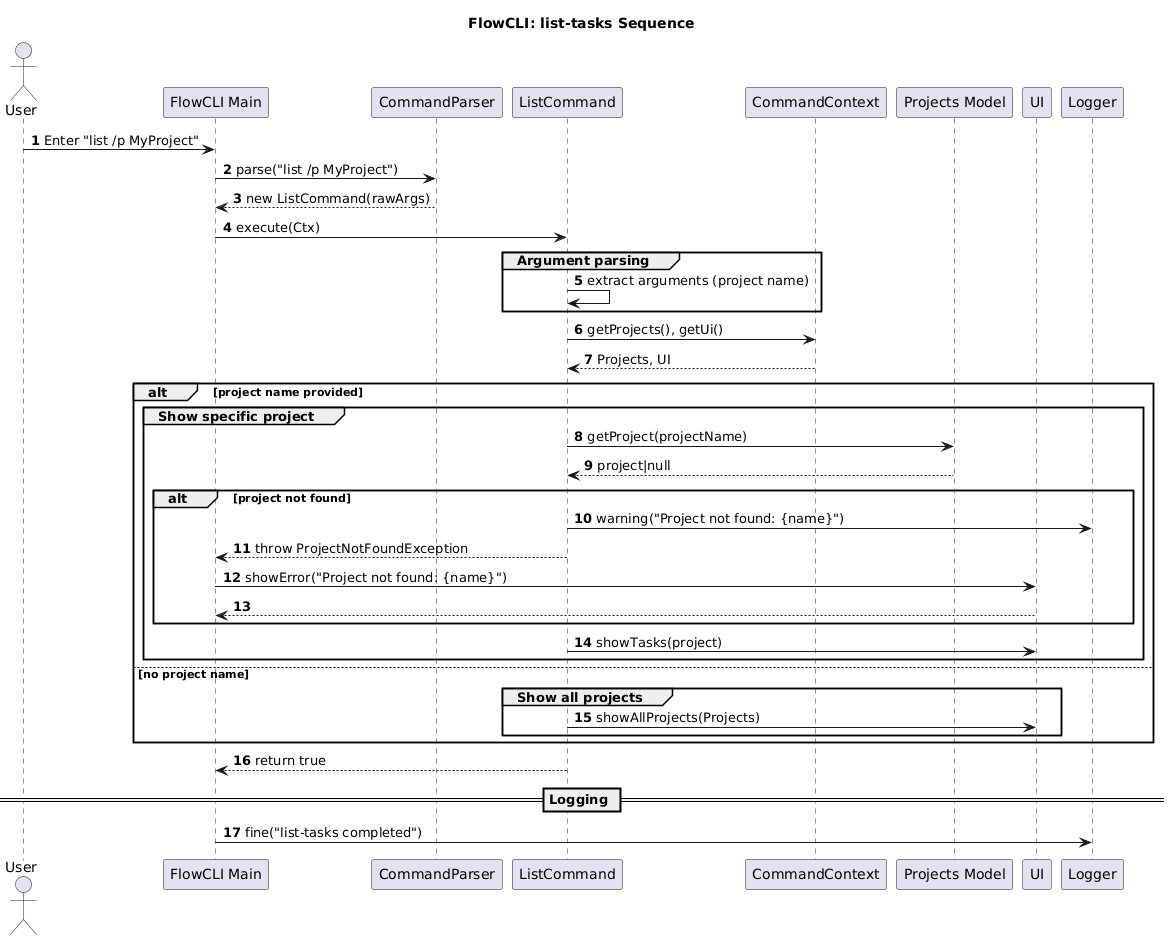
Above: docs/plantUML/task-management/list-task-seq-diag.png in sean6369/tp (PlantUML), before the change.
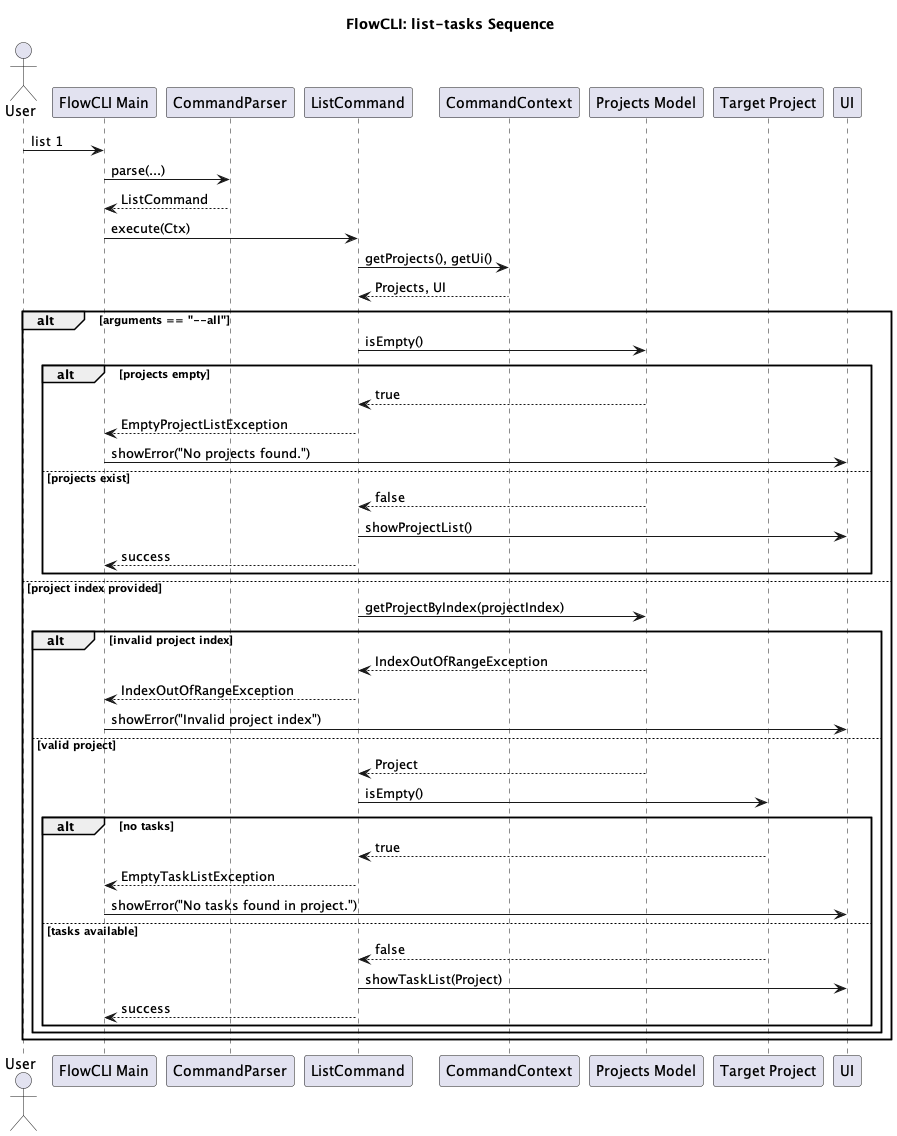
After the change.

Commit message:
update task mgmt plantUML diagrams

Diff of the diagram source:
```diff
@@ -1,6 +1,5 @@
-@startuml
+@startuml ListTasksSequenceDiagram
 title FlowCLI: list-tasks Sequence
-autonumber
 
 actor User
 participant "FlowCLI Main" as CLI
@@ -8,41 +7,50 @@
 participant "ListCommand" as ListCmd
 participant "CommandContext" as Ctx
 participant "Projects Model" as Projects
+participant "Target Project" as Project
 participant "UI" as UI
-participant "Logger" as Log
 
-User -> CLI: Enter "list /p MyProject"
-CLI -> Parser: parse("list /p MyProject")
-Parser --> CLI: new ListCommand(rawArgs)
+User -> CLI: list 1
+CLI -> Parser: parse(...)
+Parser --> CLI: ListCommand
 
 CLI -> ListCmd: execute(Ctx)
-
-group Argument parsing
-  ListCmd -> ListCmd: extract arguments (project name)
-end
 
 ListCmd -> Ctx: getProjects(), getUi()
 Ctx --> ListCmd: Projects, UI
 
-alt project name provided
-  group Show specific project
-    ListCmd -> Projects: getProject(projectName)
-    Projects --> ListCmd: project|null
-    alt project not found
-      ListCmd -> Log: warning("Project not found: {name}")
-      ListCmd --> CLI: throw ProjectNotFoundException
-      CLI -> UI: showError("Project not found: {name}")
-      return
+alt arguments == "--all"
+    ListCmd -> Projects: isEmpty()
+    alt projects empty
+        Projects --> ListCmd: true
+        ListCmd --> CLI: EmptyProjectListException
+        CLI -> UI: showError("No projects found.")
+    else projects exist
+        Projects --> ListCmd: false
+        ListCmd -> UI: showProjectList()
+        ListCmd --> CLI: success
     end
-    ListCmd -> UI: showTasks(project)
-  end
-else no project name
-  group Show all projects
-    ListCmd -> UI: showAllProjects(Projects)
-  end
+else project index provided
+    ListCmd -> Projects: getProjectByIndex(projectIndex)
+
+    alt invalid project index
+        Projects --> ListCmd: IndexOutOfRangeException
+        ListCmd --> CLI: IndexOutOfRangeException
+        CLI -> UI: showError("Invalid project index")
+    else valid project
+        Projects --> ListCmd: Project
+        ListCmd -> Project: isEmpty()
+
+        alt no tasks
+            Project --> ListCmd: true
+            ListCmd --> CLI: EmptyTaskListException
+            CLI -> UI: showError("No tasks found in project.")
+        else tasks available
+            Project --> ListCmd: false
+            ListCmd -> UI: showTaskList(Project)
+            ListCmd --> CLI: success
+        end
+    end
 end
 
-ListCmd --> CLI: return true
-== Logging ==
-CLI -> Log: fine("list-tasks completed")
 @enduml
```
